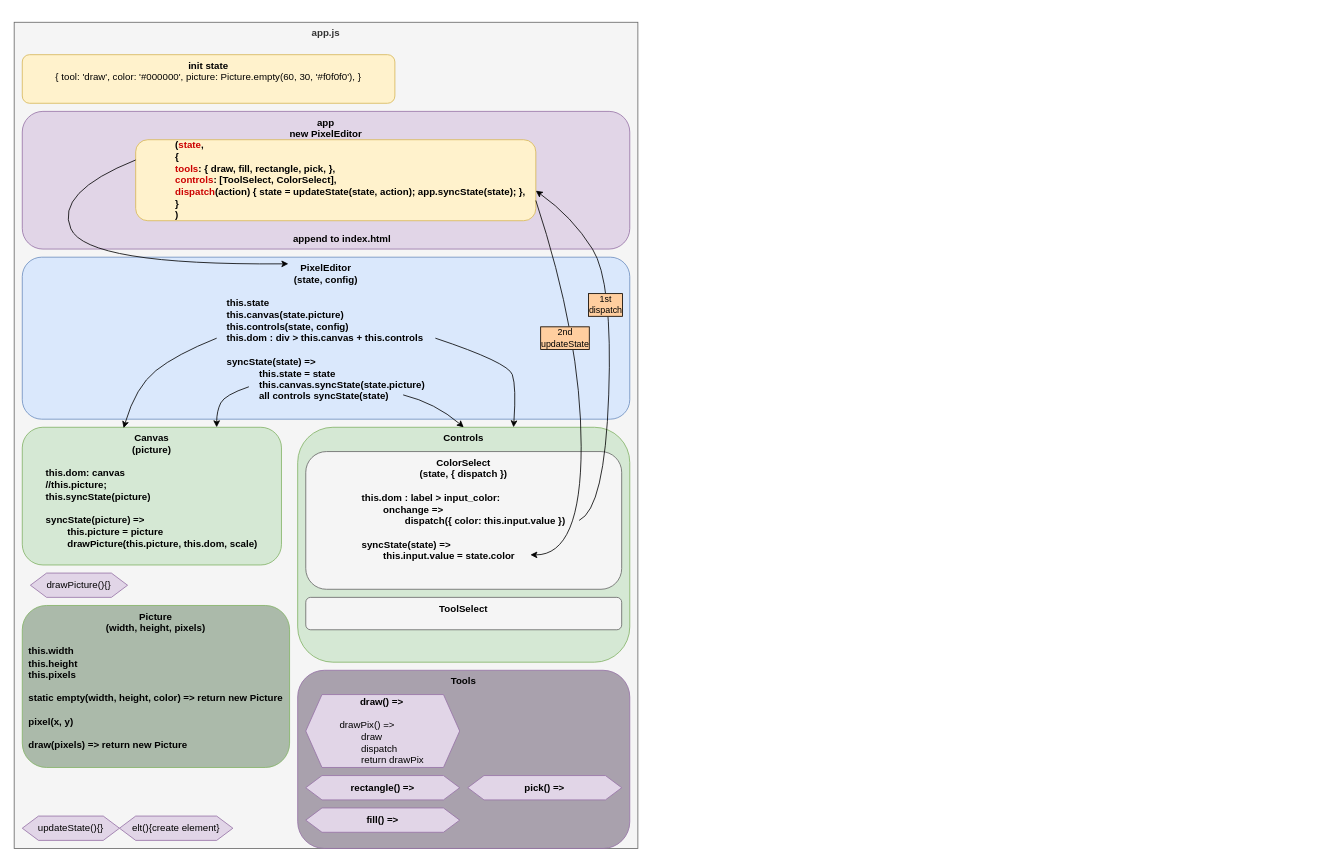
Earlier version of the draw.io diagram pixel_art_editor/program-flow.drawio (vincentole/small_web_projects). Source tidied: cells renumbered, new cells numbered last; positions are measured from the earlier drawing's top-left corner, leaving out a move shared by most shapes. Both pictures are drawn from the tidied source at 81%, with x=0, y=0 at pixel (14, 22).
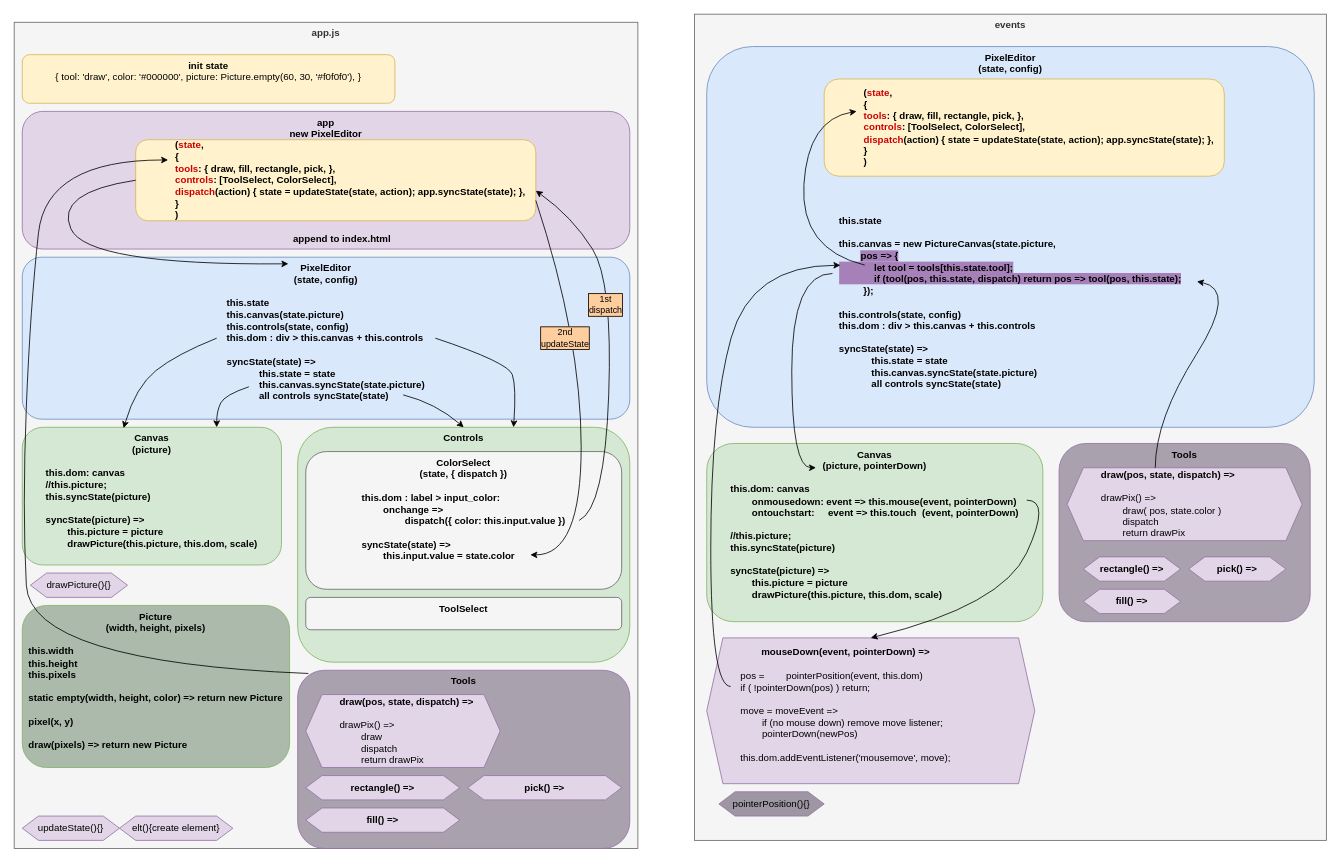
The same diagram, later.

Unchanged cells that the change refers to:
```xml
<mxCell id="5" value="&lt;blockquote style=&quot;margin: 0px 0px 0px 40px ; border: none ; padding: 0px&quot;&gt;&lt;div style=&quot;text-align: left&quot;&gt;&lt;b&gt;(&lt;font color=&quot;#cc0000&quot;&gt;state&lt;/font&gt;,&lt;/b&gt;&lt;/div&gt;&lt;/blockquote&gt;&lt;blockquote style=&quot;margin: 0px 0px 0px 40px ; border: none ; padding: 0px&quot;&gt;&lt;div style=&quot;text-align: left&quot;&gt;&lt;b&gt;{&amp;nbsp;&lt;/b&gt;&lt;/div&gt;&lt;div style=&quot;text-align: left&quot;&gt;&lt;b&gt;&lt;font color=&quot;#cc0000&quot;&gt;tools&lt;/font&gt;: { draw, fill, rectangle, pick, },&amp;nbsp;&lt;/b&gt;&lt;/div&gt;&lt;div style=&quot;text-align: left&quot;&gt;&lt;b&gt;&lt;font color=&quot;#cc0000&quot;&gt;controls&lt;/font&gt;: [ToolSelect, ColorSelect],&amp;nbsp;&lt;/b&gt;&lt;/div&gt;&lt;div style=&quot;text-align: left&quot;&gt;&lt;b&gt;&lt;font color=&quot;#cc0000&quot;&gt;dispatch&lt;/font&gt;(action) { state = updateState(state, action); app.syncState(state); },&amp;nbsp;&lt;/b&gt;&lt;/div&gt;&lt;div style=&quot;text-align: left&quot;&gt;&lt;b&gt;}&lt;/b&gt;&lt;/div&gt;&lt;div style=&quot;text-align: left&quot;&gt;&lt;b&gt;)&lt;/b&gt;&lt;/div&gt;&lt;/blockquote&gt;" style="rounded=1;whiteSpace=wrap;html=1;fillColor=#fff2cc;strokeColor=#d6b656;" parent="1" vertex="1">
  <mxGeometry x="150" y="145" width="494" height="100" as="geometry" />
</mxCell>
<mxCell id="6" value="&lt;b&gt;PixelEditor&lt;/b&gt;&lt;br&gt;&lt;b&gt;(state, config)&lt;br&gt;&lt;/b&gt;&lt;br&gt;&lt;div style=&quot;text-align: left&quot;&gt;&lt;b&gt;this.state&lt;/b&gt;&lt;/div&gt;&lt;div style=&quot;text-align: left&quot;&gt;&lt;b&gt;this.canvas(state.picture)&lt;/b&gt;&lt;/div&gt;&lt;div style=&quot;text-align: left&quot;&gt;&lt;b&gt;this.controls(state, config)&lt;/b&gt;&lt;/div&gt;&lt;div style=&quot;text-align: left&quot;&gt;&lt;b&gt;this.dom : div &amp;gt; this.canvas + this.controls&lt;/b&gt;&lt;/div&gt;&lt;div style=&quot;text-align: left&quot;&gt;&lt;b&gt;&lt;br&gt;&lt;/b&gt;&lt;/div&gt;&lt;div style=&quot;text-align: left&quot;&gt;&lt;b&gt;syncState(state) =&amp;gt;&amp;nbsp;&lt;/b&gt;&lt;/div&gt;&lt;blockquote style=&quot;margin: 0 0 0 40px ; border: none ; padding: 0px&quot;&gt;&lt;div style=&quot;text-align: left&quot;&gt;&lt;b&gt;this.state = state&lt;/b&gt;&lt;/div&gt;&lt;/blockquote&gt;&lt;div style=&quot;text-align: left&quot;&gt;&lt;blockquote style=&quot;margin: 0 0 0 40px ; border: none ; padding: 0px&quot;&gt;&lt;div style=&quot;text-align: left&quot;&gt;&lt;b&gt;this.canvas.syncState(state.picture)&lt;/b&gt;&lt;/div&gt;&lt;div style=&quot;text-align: left&quot;&gt;&lt;b&gt;all controls syncState(state)&lt;/b&gt;&lt;/div&gt;&lt;/blockquote&gt;&lt;/div&gt;" style="rounded=1;whiteSpace=wrap;html=1;fillColor=#dae8fc;strokeColor=#6c8ebf;verticalAlign=top;arcSize=12;" parent="1" vertex="1">
  <mxGeometry x="10" y="290" width="750" height="200" as="geometry" />
</mxCell>
<mxCell id="25" value="&lt;span style=&quot;&quot;&gt;Tools&lt;/span&gt;" style="rounded=1;whiteSpace=wrap;html=1;labelBackgroundColor=none;labelBorderColor=none;fillColor=#A9A1AD;strokeColor=#9673a6;fontStyle=1;verticalAlign=top;" parent="1" vertex="1">
  <mxGeometry x="350" y="800" width="410" height="220" as="geometry" />
</mxCell>
```

The edit, as a diff of the source:
```diff
@@
-    <mxCell id="7" style="curved=1;endArrow=classic;html=1;rounded=0;exitX=0;exitY=0.25;exitDx=0;exitDy=0;entryX=0.438;entryY=0.041;entryDx=0;entryDy=0;entryPerimeter=0;" parent="1" edge="1" source="5" target="6">
+    <mxCell id="7" style="curved=1;endArrow=classic;html=1;rounded=0;exitX=0;exitY=0.5;exitDx=0;exitDy=0;entryX=0.438;entryY=0.041;entryDx=0;entryDy=0;entryPerimeter=0;" parent="1" edge="1" source="5" target="6">
       <mxGeometry relative="1" as="geometry">
         <Array as="points">
           <mxPoint x="50" y="210" />
           <mxPoint x="90" y="300" />
         </Array>
       </mxGeometry>
     </mxCell>
@@
-    <mxCell id="26" value="&lt;blockquote style=&quot;margin: 0 0 0 40px ; border: none ; padding: 0px&quot;&gt;&lt;div style=&quot;text-align: center&quot;&gt;&lt;span&gt;&lt;b&gt;draw() =&amp;gt;&lt;/b&gt;&lt;/span&gt;&lt;/div&gt;&lt;div style=&quot;text-align: center&quot;&gt;&lt;br&gt;&lt;/div&gt;&lt;div&gt;&lt;span&gt;drawPix() =&amp;gt;&lt;/span&gt;&lt;/div&gt;&lt;div&gt;&lt;span&gt;&lt;span style=&quot;white-space: pre&quot;&gt;&#9;&lt;/span&gt;draw&lt;/span&gt;&lt;/div&gt;&lt;div&gt;&lt;span&gt;&lt;span style=&quot;white-space: pre&quot;&gt;&#9;&lt;/span&gt;dispatch&lt;/span&gt;&lt;/div&gt;&lt;div&gt;&lt;span&gt;&lt;span style=&quot;white-space: pre&quot;&gt;&#9;&lt;/span&gt;return drawPix&lt;/span&gt;&lt;/div&gt;&lt;/blockquote&gt;" style="shape=hexagon;perimeter=hexagonPerimeter2;whiteSpace=wrap;html=1;fixedSize=1;fillColor=#e1d5e7;strokeColor=#9673a6;align=left;" parent="1" vertex="1">
-      <mxGeometry x="360" y="830" width="190" height="90" as="geometry" />
+    <mxCell id="26" value="&lt;blockquote style=&quot;margin: 0 0 0 40px ; border: none ; padding: 0px&quot;&gt;&lt;div style=&quot;text-align: center&quot;&gt;&lt;span&gt;&lt;b&gt;draw(pos, state, dispatch) =&amp;gt;&lt;/b&gt;&lt;/span&gt;&lt;/div&gt;&lt;div style=&quot;text-align: center&quot;&gt;&lt;br&gt;&lt;/div&gt;&lt;div&gt;&lt;span&gt;drawPix() =&amp;gt;&lt;/span&gt;&lt;/div&gt;&lt;div&gt;&lt;span&gt;&lt;span style=&quot;white-space: pre&quot;&gt;&#9;&lt;/span&gt;draw&lt;/span&gt;&lt;/div&gt;&lt;div&gt;&lt;span&gt;&lt;span style=&quot;white-space: pre&quot;&gt;&#9;&lt;/span&gt;dispatch&lt;/span&gt;&lt;/div&gt;&lt;div&gt;&lt;span&gt;&lt;span style=&quot;white-space: pre&quot;&gt;&#9;&lt;/span&gt;return drawPix&lt;/span&gt;&lt;/div&gt;&lt;/blockquote&gt;" style="shape=hexagon;perimeter=hexagonPerimeter2;whiteSpace=wrap;html=1;fixedSize=1;fillColor=#e1d5e7;strokeColor=#9673a6;align=left;" parent="1" vertex="1">
+      <mxGeometry x="360" y="830" width="240" height="90" as="geometry" />
     </mxCell>
@@
+    <mxCell id="30" value="events&lt;br&gt;" style="rounded=0;whiteSpace=wrap;html=1;fillColor=#f5f5f5;fontColor=#333333;strokeColor=#666666;verticalAlign=top;fontStyle=1;" parent="1" vertex="1">
+      <mxGeometry x="840" y="-10" width="780" height="1020" as="geometry" />
+    </mxCell>
+    <mxCell id="31" value="&lt;font color=&quot;#000000&quot;&gt;Canvas&lt;br&gt;(picture, pointerDown)&lt;br&gt;&lt;br&gt;&lt;div style=&quot;text-align: left&quot;&gt;this.dom: canvas&lt;/div&gt;&lt;div style=&quot;text-align: left&quot;&gt;&lt;span style=&quot;white-space: pre&quot;&gt;&#9;&lt;/span&gt;onmousedown: event =&amp;gt; this.mouse(event, pointerDown)&lt;br&gt;&lt;/div&gt;&lt;div style=&quot;text-align: left&quot;&gt;&lt;span style=&quot;white-space: pre&quot;&gt;&#9;&lt;/span&gt;ontouchstart:&amp;nbsp; &amp;nbsp; &amp;nbsp;event =&amp;gt; this.touch&amp;nbsp; (event, pointerDown)&lt;br&gt;&lt;/div&gt;&lt;div style=&quot;text-align: left&quot;&gt;&lt;br&gt;&lt;/div&gt;&lt;div style=&quot;text-align: left&quot;&gt;//this.picture;&lt;/div&gt;&lt;div style=&quot;text-align: left&quot;&gt;this.syncState(picture)&lt;/div&gt;&lt;div style=&quot;text-align: left&quot;&gt;&lt;br&gt;&lt;/div&gt;&lt;div style=&quot;text-align: left&quot;&gt;syncState(picture) =&amp;gt;&lt;/div&gt;&lt;div style=&quot;text-align: left&quot;&gt;&lt;span style=&quot;white-space: pre&quot;&gt;&#9;&lt;/span&gt;this.picture = picture&lt;br&gt;&lt;/div&gt;&lt;div style=&quot;text-align: left&quot;&gt;&lt;span style=&quot;white-space: pre&quot;&gt;&#9;&lt;/span&gt;drawPicture(this.picture, this.dom, scale)&lt;/div&gt;&lt;/font&gt;" style="rounded=1;whiteSpace=wrap;html=1;fillColor=#d5e8d4;strokeColor=#82b366;fontStyle=1;verticalAlign=top;" parent="1" vertex="1">
+      <mxGeometry x="855" y="520" width="415" height="220" as="geometry" />
+    </mxCell>
+    <mxCell id="32" value="&lt;blockquote style=&quot;margin: 0 0 0 40px ; border: none ; padding: 0px&quot;&gt;&lt;div style=&quot;text-align: center&quot;&gt;&lt;span&gt;&lt;b&gt;mouseDown(event, pointerDown) =&amp;gt;&lt;/b&gt;&lt;/span&gt;&lt;/div&gt;&lt;div style=&quot;text-align: center&quot;&gt;&lt;br&gt;&lt;/div&gt;&lt;div&gt;pos =&amp;nbsp; &amp;nbsp; &amp;nbsp; &amp;nbsp; pointerPosition(event, this.dom)&lt;/div&gt;&lt;div&gt;if ( !pointerDown(pos) ) return;&lt;/div&gt;&lt;div&gt;&lt;br&gt;&lt;/div&gt;&lt;div&gt;move = moveEvent =&amp;gt;&lt;/div&gt;&lt;div&gt;&lt;span style=&quot;white-space: pre&quot;&gt;&#9;&lt;/span&gt;if (no mouse down) remove move listener;&amp;nbsp;&lt;/div&gt;&lt;div&gt;&lt;span style=&quot;white-space: pre&quot;&gt;&#9;&lt;/span&gt;pointerDown(newPos)&lt;/div&gt;&lt;div&gt;&lt;br&gt;&lt;/div&gt;&lt;div&gt;this.dom.addEventListener('mousemove', move);&lt;/div&gt;&lt;div&gt;&lt;br&gt;&lt;/div&gt;&lt;/blockquote&gt;" style="shape=hexagon;perimeter=hexagonPerimeter2;whiteSpace=wrap;html=1;fixedSize=1;fillColor=#e1d5e7;strokeColor=#9673a6;align=left;" parent="1" vertex="1">
+      <mxGeometry x="855" y="760" width="405" height="180" as="geometry" />
+    </mxCell>
+    <mxCell id="33" value="&lt;b&gt;PixelEditor&lt;/b&gt;&lt;br&gt;&lt;b&gt;(state, config)&lt;br&gt;&lt;/b&gt;&lt;br&gt;&lt;br&gt;&lt;br&gt;&lt;br&gt;&lt;br&gt;&lt;br&gt;&lt;br&gt;&lt;br&gt;&lt;br&gt;&lt;br&gt;&lt;br&gt;&lt;br&gt;&lt;div style=&quot;text-align: left&quot;&gt;&lt;b&gt;this.state&lt;/b&gt;&lt;/div&gt;&lt;div style=&quot;text-align: left&quot;&gt;&lt;br&gt;&lt;/div&gt;&lt;div style=&quot;text-align: left&quot;&gt;&lt;div&gt;&lt;span&gt;&lt;b&gt;this.canvas = new PictureCanvas(state.picture,&amp;nbsp;&lt;/b&gt;&lt;/span&gt;&lt;/div&gt;&lt;div&gt;&lt;span&gt;&lt;b&gt;&lt;span style=&quot;white-space: pre&quot;&gt;&#9;&lt;/span&gt;&lt;span style=&quot;background-color: rgb(166 , 128 , 184)&quot;&gt;pos =&amp;gt; {&lt;/span&gt;&lt;/b&gt;&lt;/span&gt;&lt;/div&gt;&lt;div&gt;&lt;span style=&quot;background-color: rgb(166 , 128 , 184)&quot;&gt;&lt;b&gt;&lt;span style=&quot;white-space: pre&quot;&gt;&#9;&lt;/span&gt;&amp;nbsp; &amp;nbsp; &amp;nbsp;let tool = tools[this.state.tool];&lt;/b&gt;&lt;/span&gt;&lt;/div&gt;&lt;div&gt;&lt;span style=&quot;background-color: rgb(166 , 128 , 184)&quot;&gt;&lt;b&gt;&lt;span style=&quot;white-space: pre&quot;&gt;&#9;&lt;/span&gt;&amp;nbsp; &amp;nbsp; &amp;nbsp;if (tool(pos, this.state, dispatch) return pos =&amp;gt; tool(pos, this.state);&lt;/b&gt;&lt;/span&gt;&lt;/div&gt;&lt;div&gt;&lt;span&gt;&lt;b&gt;&lt;span style=&quot;white-space: pre&quot;&gt;&#9;&lt;/span&gt;&amp;nbsp;});&lt;/b&gt;&lt;/span&gt;&lt;/div&gt;&lt;/div&gt;&lt;div style=&quot;text-align: left&quot;&gt;&lt;br&gt;&lt;/div&gt;&lt;div style=&quot;text-align: left&quot;&gt;&lt;b&gt;this.controls(state, config)&lt;/b&gt;&lt;/div&gt;&lt;div style=&quot;text-align: left&quot;&gt;&lt;b&gt;this.dom : div &amp;gt; this.canvas + this.controls&lt;/b&gt;&lt;/div&gt;&lt;div style=&quot;text-align: left&quot;&gt;&lt;b&gt;&lt;br&gt;&lt;/b&gt;&lt;/div&gt;&lt;div style=&quot;text-align: left&quot;&gt;&lt;b&gt;syncState(state) =&amp;gt;&amp;nbsp;&lt;/b&gt;&lt;/div&gt;&lt;blockquote style=&quot;margin: 0 0 0 40px ; border: none ; padding: 0px&quot;&gt;&lt;div style=&quot;text-align: left&quot;&gt;&lt;b&gt;this.state = state&lt;/b&gt;&lt;/div&gt;&lt;/blockquote&gt;&lt;div style=&quot;text-align: left&quot;&gt;&lt;blockquote style=&quot;margin: 0 0 0 40px ; border: none ; padding: 0px&quot;&gt;&lt;div style=&quot;text-align: left&quot;&gt;&lt;b&gt;this.canvas.syncState(state.picture)&lt;/b&gt;&lt;/div&gt;&lt;div style=&quot;text-align: left&quot;&gt;&lt;b&gt;all controls syncState(state)&lt;/b&gt;&lt;/div&gt;&lt;/blockquote&gt;&lt;/div&gt;" style="rounded=1;whiteSpace=wrap;html=1;fillColor=#dae8fc;strokeColor=#6c8ebf;verticalAlign=top;arcSize=12;labelBorderColor=none;labelBackgroundColor=none;" parent="1" vertex="1">
+      <mxGeometry x="855" y="30" width="750" height="470" as="geometry" />
+    </mxCell>
+    <mxCell id="34" style="curved=1;endArrow=classic;html=1;rounded=0;entryX=0.5;entryY=0;entryDx=0;entryDy=0;exitX=0.952;exitY=0.318;exitDx=0;exitDy=0;exitPerimeter=0;" parent="1" edge="1" source="31" target="32">
+      <mxGeometry relative="1" as="geometry">
+        <Array as="points">
+          <mxPoint x="1280" y="590" />
+          <mxPoint x="1220" y="720" />
+        </Array>
+      </mxGeometry>
+    </mxCell>
+    <mxCell id="35" style="curved=1;endArrow=classic;html=1;rounded=0;exitX=0.073;exitY=0.333;exitDx=0;exitDy=0;exitPerimeter=0;" parent="1" edge="1" source="32">
+      <mxGeometry relative="1" as="geometry">
+        <mxPoint x="1020" y="300" as="targetPoint" />
+        <Array as="points">
+          <mxPoint x="860" y="820" />
+          <mxPoint x="860" y="480" />
+          <mxPoint x="910" y="300" />
+        </Array>
+      </mxGeometry>
+    </mxCell>
+    <mxCell id="36" value="pointerPosition(){}" style="shape=hexagon;perimeter=hexagonPerimeter2;whiteSpace=wrap;html=1;fixedSize=1;fillColor=#9F96A3;strokeColor=#9673a6;" parent="1" vertex="1">
+      <mxGeometry x="870" y="950" width="130" height="30" as="geometry" />
+    </mxCell>
+    <mxCell id="37" value="&lt;span&gt;Tools&lt;/span&gt;" style="rounded=1;whiteSpace=wrap;html=1;labelBackgroundColor=none;labelBorderColor=none;fillColor=#A9A1AD;strokeColor=#9673a6;fontStyle=1;verticalAlign=top;" parent="1" vertex="1">
+      <mxGeometry x="1290" y="520" width="310" height="220" as="geometry" />
+    </mxCell>
+    <mxCell id="38" value="&lt;blockquote style=&quot;margin: 0 0 0 40px ; border: none ; padding: 0px&quot;&gt;&lt;div style=&quot;text-align: center&quot;&gt;&lt;span&gt;&lt;b&gt;draw(pos, state, dispatch) =&amp;gt;&lt;/b&gt;&lt;/span&gt;&lt;/div&gt;&lt;div style=&quot;text-align: center&quot;&gt;&lt;br&gt;&lt;/div&gt;&lt;div&gt;&lt;span&gt;drawPix() =&amp;gt;&lt;/span&gt;&lt;/div&gt;&lt;div&gt;&lt;span&gt;&lt;span style=&quot;white-space: pre&quot;&gt;&#9;&lt;/span&gt;draw( pos, state.color )&lt;/span&gt;&lt;/div&gt;&lt;div&gt;&lt;span&gt;&lt;span style=&quot;white-space: pre&quot;&gt;&#9;&lt;/span&gt;dispatch&lt;/span&gt;&lt;/div&gt;&lt;div&gt;&lt;span&gt;&lt;span style=&quot;white-space: pre&quot;&gt;&#9;&lt;/span&gt;return drawPix&lt;/span&gt;&lt;/div&gt;&lt;/blockquote&gt;" style="shape=hexagon;perimeter=hexagonPerimeter2;whiteSpace=wrap;html=1;fixedSize=1;fillColor=#e1d5e7;strokeColor=#9673a6;align=left;" parent="1" vertex="1">
+      <mxGeometry x="1300" y="550" width="290" height="90" as="geometry" />
+    </mxCell>
+    <mxCell id="39" value="&lt;blockquote style=&quot;margin: 0px 0px 0px 40px ; border: none ; padding: 0px&quot;&gt;&lt;div style=&quot;text-align: left&quot;&gt;&lt;b&gt;(&lt;font color=&quot;#cc0000&quot;&gt;state&lt;/font&gt;,&lt;/b&gt;&lt;/div&gt;&lt;/blockquote&gt;&lt;blockquote style=&quot;margin: 0px 0px 0px 40px ; border: none ; padding: 0px&quot;&gt;&lt;div style=&quot;text-align: left&quot;&gt;&lt;b&gt;{&amp;nbsp;&lt;/b&gt;&lt;/div&gt;&lt;div style=&quot;text-align: left&quot;&gt;&lt;b&gt;&lt;font color=&quot;#cc0000&quot;&gt;tools&lt;/font&gt;: { draw, fill, rectangle, pick, },&amp;nbsp;&lt;/b&gt;&lt;/div&gt;&lt;div style=&quot;text-align: left&quot;&gt;&lt;b&gt;&lt;font color=&quot;#cc0000&quot;&gt;controls&lt;/font&gt;: [ToolSelect, ColorSelect],&amp;nbsp;&lt;/b&gt;&lt;/div&gt;&lt;div style=&quot;text-align: left&quot;&gt;&lt;b&gt;&lt;font color=&quot;#cc0000&quot;&gt;dispatch&lt;/font&gt;(action) { state = updateState(state, action); app.syncState(state); },&amp;nbsp;&lt;/b&gt;&lt;/div&gt;&lt;div style=&quot;text-align: left&quot;&gt;&lt;b&gt;}&lt;/b&gt;&lt;/div&gt;&lt;div style=&quot;text-align: left&quot;&gt;&lt;b&gt;)&lt;/b&gt;&lt;/div&gt;&lt;/blockquote&gt;" style="rounded=1;whiteSpace=wrap;html=1;fillColor=#fff2cc;strokeColor=#d6b656;" parent="1" vertex="1">
+      <mxGeometry x="1000" y="70" width="494" height="120" as="geometry" />
+    </mxCell>
+    <mxCell id="40" style="curved=1;endArrow=classic;html=1;rounded=0;entryX=0.081;entryY=0.25;entryDx=0;entryDy=0;entryPerimeter=0;exitX=0.032;exitY=0.018;exitDx=0;exitDy=0;exitPerimeter=0;" parent="1" edge="1" source="25" target="5">
+      <mxGeometry relative="1" as="geometry">
+        <Array as="points">
+          <mxPoint x="20" y="790" />
+          <mxPoint x="10" y="600" />
+          <mxPoint x="20" y="350" />
+          <mxPoint x="40" y="170" />
+        </Array>
+      </mxGeometry>
+    </mxCell>
+    <mxCell id="41" style="curved=1;endArrow=classic;html=1;rounded=0;exitX=0.375;exitY=0;exitDx=0;exitDy=0;entryX=0.807;entryY=0.617;entryDx=0;entryDy=0;entryPerimeter=0;" parent="1" edge="1" source="38" target="33">
+      <mxGeometry relative="1" as="geometry">
+        <Array as="points">
+          <mxPoint x="1409" y="490" />
+          <mxPoint x="1510" y="330" />
+        </Array>
+      </mxGeometry>
+    </mxCell>
+    <mxCell id="42" style="curved=1;endArrow=classic;html=1;rounded=0;entryX=0.081;entryY=0.333;entryDx=0;entryDy=0;entryPerimeter=0;exitX=0.26;exitY=0.574;exitDx=0;exitDy=0;exitPerimeter=0;" parent="1" edge="1" source="33" target="39">
+      <mxGeometry relative="1" as="geometry">
+        <Array as="points">
+          <mxPoint x="970" y="280" />
+          <mxPoint x="980" y="120" />
+        </Array>
+      </mxGeometry>
+    </mxCell>
+    <mxCell id="43" value="rectangle() =&amp;gt;" style="shape=hexagon;perimeter=hexagonPerimeter2;whiteSpace=wrap;html=1;fixedSize=1;fillColor=#e1d5e7;strokeColor=#9673a6;fontStyle=1;" parent="1" vertex="1">
+      <mxGeometry x="1320" y="660" width="120" height="30" as="geometry" />
+    </mxCell>
+    <mxCell id="44" value="fill() =&amp;gt;" style="shape=hexagon;perimeter=hexagonPerimeter2;whiteSpace=wrap;html=1;fixedSize=1;fillColor=#e1d5e7;strokeColor=#9673a6;fontStyle=1;" parent="1" vertex="1">
+      <mxGeometry x="1320" y="700" width="120" height="30" as="geometry" />
+    </mxCell>
+    <mxCell id="45" value="pick() =&amp;gt;" style="shape=hexagon;perimeter=hexagonPerimeter2;whiteSpace=wrap;html=1;fixedSize=1;fillColor=#e1d5e7;strokeColor=#9673a6;fontStyle=1;" parent="1" vertex="1">
+      <mxGeometry x="1450" y="660" width="120" height="30" as="geometry" />
+    </mxCell>
+    <mxCell id="46" style="curved=1;endArrow=classic;html=1;rounded=0;entryX=0.325;entryY=0.136;entryDx=0;entryDy=0;entryPerimeter=0;exitX=0.207;exitY=0.596;exitDx=0;exitDy=0;exitPerimeter=0;" parent="1" edge="1" source="33" target="31">
+      <mxGeometry relative="1" as="geometry">
+        <Array as="points">
+          <mxPoint x="960" y="310" />
+          <mxPoint x="960" y="550" />
+        </Array>
+      </mxGeometry>
+    </mxCell>
```
